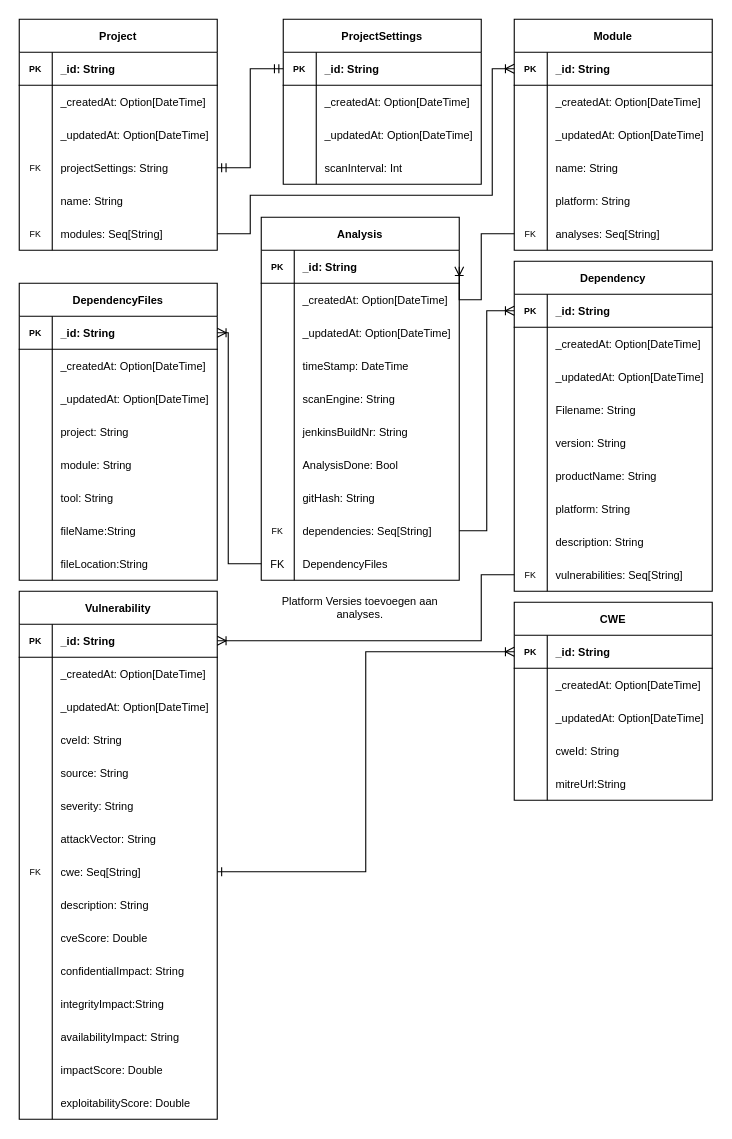
codefink2020/AfstudeerVerslagFINAL keeps this draw.io diagram as page "SOUPAPI DM" (4 of 13) of gfx/SOUPAPI.drawio. Above is the earlier version. Source tidied: cells renumbered, new cells numbered last; positions are measured from the earlier drawing's top-left corner, leaving out a move shared by most shapes. Both pictures are drawn from the tidied source at 110%, with x=0, y=0 at pixel (19, 19).
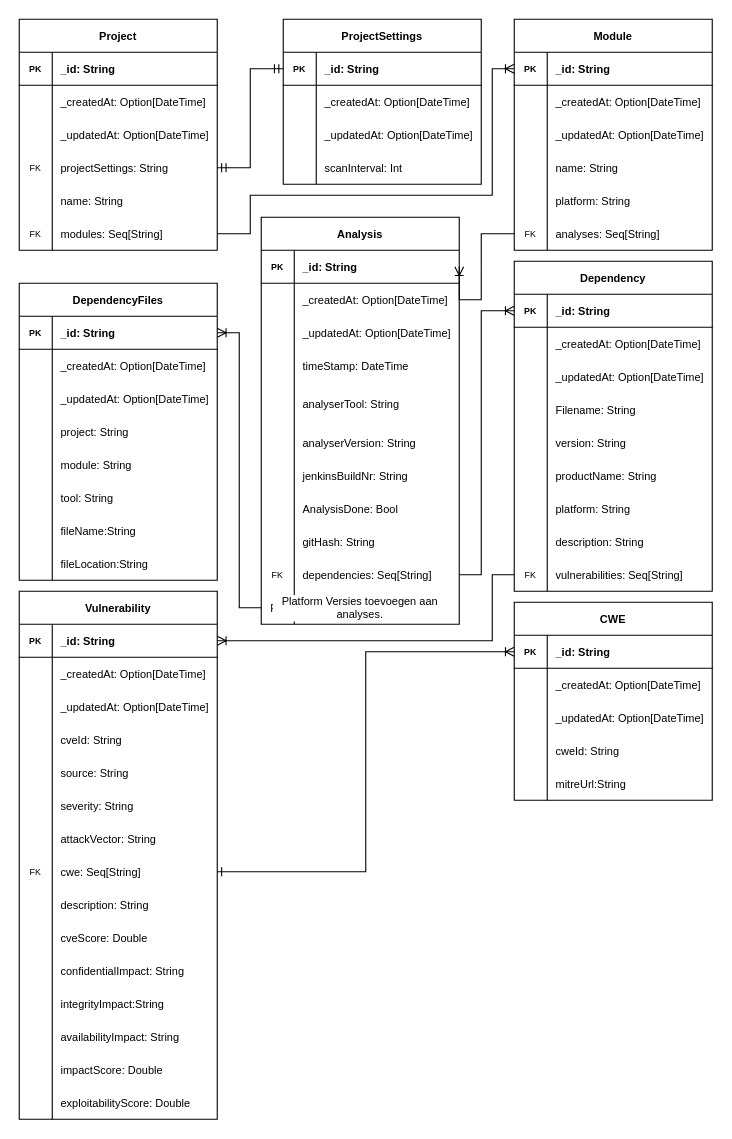
Above is the later version.

The change refers to these unchanged cells:
```xml
<mxCell id="74" style="shape=tableRow;horizontal=0;startSize=0;swimlaneHead=0;swimlaneBody=0;fillColor=none;points=[[0,0.5],[1,0.5]];portConstraint=eastwest;top=0;left=0;right=0;bottom=1;fontSize=8;" parent="73" vertex="1">
  <mxGeometry y="30" width="180" height="30" as="geometry" />
</mxCell>
<mxCell id="98" style="shape=tableRow;horizontal=0;startSize=0;swimlaneHead=0;swimlaneBody=0;fillColor=none;points=[[0,0.5],[1,0.5]];portConstraint=eastwest;top=0;left=0;right=0;bottom=0;fontSize=8;" parent="73" vertex="1">
  <mxGeometry y="270" width="180" height="30" as="geometry" />
</mxCell>
<mxCell id="103" style="shape=tableRow;horizontal=0;startSize=0;swimlaneHead=0;swimlaneBody=0;fillColor=none;points=[[0,0.5],[1,0.5]];portConstraint=eastwest;top=0;left=0;right=0;bottom=1;fontSize=8;" parent="102" vertex="1">
  <mxGeometry y="30" width="180" height="30" as="geometry" />
</mxCell>
<mxCell id="168" style="shape=tableRow;horizontal=0;startSize=0;swimlaneHead=0;swimlaneBody=0;fillColor=none;points=[[0,0.5],[1,0.5]];portConstraint=eastwest;top=0;left=0;right=0;bottom=1;fontSize=8;" parent="167" vertex="1">
  <mxGeometry y="30" width="180" height="30" as="geometry" />
</mxCell>
```

Change to the diagram source:
```diff
@@
     <mxCell id="41" value="Analysis" style="shape=table;startSize=30;childLayout=tableLayout;rowLines=0;fontStyle=1;align=center;fontSize=10;" parent="1" vertex="1">
-      <mxGeometry x="220" y="180" width="180" height="330" as="geometry" />
+      <mxGeometry x="220" y="180" width="180" height="370" as="geometry" />
     </mxCell>
@@
+    <mxCell id="208" style="shape=tableRow;horizontal=0;startSize=0;swimlaneHead=0;swimlaneBody=0;fillColor=none;top=0;left=0;right=0;bottom=0;" parent="41" vertex="1">
+      <mxGeometry y="150" width="180" height="40" as="geometry" />
+    </mxCell>
+    <mxCell id="209" style="shape=partialRectangle;fillColor=none;top=0;left=0;bottom=0;right=0;overflow=hidden;" parent="208" vertex="1">
+      <mxGeometry width="30" height="40" as="geometry" />
+    </mxCell>
+    <mxCell id="210" value="analyserTool: String" style="shape=partialRectangle;fillColor=none;top=0;left=0;bottom=0;right=0;align=left;spacingLeft=6;overflow=hidden;fontSize=10;" parent="208" vertex="1">
+      <mxGeometry x="30" width="150" height="40" as="geometry" />
+    </mxCell>
     <mxCell id="54" style="shape=tableRow;horizontal=0;startSize=0;swimlaneHead=0;swimlaneBody=0;fillColor=none;top=0;left=0;right=0;bottom=0;fontSize=8;" parent="41" vertex="1">
-      <mxGeometry y="150" width="180" height="30" as="geometry" />
+      <mxGeometry y="190" width="180" height="30" as="geometry" />
     </mxCell>
@@
-    <mxCell id="56" value="scanEngine: String" style="shape=partialRectangle;fillColor=none;top=0;left=0;bottom=0;right=0;align=left;spacingLeft=6;fontStyle=0;overflow=hidden;fontSize=10;" parent="54" vertex="1">
+    <mxCell id="56" value="analyserVersion: String" style="shape=partialRectangle;fillColor=none;top=0;left=0;bottom=0;right=0;align=left;spacingLeft=6;fontStyle=0;overflow=hidden;fontSize=10;" parent="54" vertex="1">
       <mxGeometry x="30" width="150" height="30" as="geometry" />
     </mxCell>
     <mxCell id="57" style="shape=tableRow;horizontal=0;startSize=0;swimlaneHead=0;swimlaneBody=0;fillColor=none;top=0;left=0;right=0;bottom=0;fontSize=8;" parent="41" vertex="1">
-      <mxGeometry y="180" width="180" height="30" as="geometry" />
+      <mxGeometry y="220" width="180" height="30" as="geometry" />
     </mxCell>
@@
     <mxCell id="60" style="shape=tableRow;horizontal=0;startSize=0;swimlaneHead=0;swimlaneBody=0;fillColor=none;top=0;left=0;right=0;bottom=0;rounded=1;labelBackgroundColor=default;fontSize=10;strokeColor=default;" parent="41" vertex="1">
-      <mxGeometry y="210" width="180" height="30" as="geometry" />
+      <mxGeometry y="250" width="180" height="30" as="geometry" />
     </mxCell>
@@
     <mxCell id="63" style="shape=tableRow;horizontal=0;startSize=0;swimlaneHead=0;swimlaneBody=0;fillColor=none;top=0;left=0;right=0;bottom=0;fontSize=8;" parent="41" vertex="1">
-      <mxGeometry y="240" width="180" height="30" as="geometry" />
+      <mxGeometry y="280" width="180" height="30" as="geometry" />
     </mxCell>
@@
     <mxCell id="66" style="shape=tableRow;horizontal=0;startSize=0;swimlaneHead=0;swimlaneBody=0;fillColor=none;points=[[0,0.5],[1,0.5]];portConstraint=eastwest;top=0;left=0;right=0;bottom=0;fontSize=8;" parent="41" vertex="1">
-      <mxGeometry y="270" width="180" height="30" as="geometry" />
+      <mxGeometry y="310" width="180" height="30" as="geometry" />
     </mxCell>
@@
     <mxCell id="69" style="shape=tableRow;horizontal=0;startSize=0;swimlaneHead=0;swimlaneBody=0;fillColor=none;points=[[0,0.5],[1,0.5]];portConstraint=eastwest;top=0;left=0;right=0;bottom=0;dashed=1;labelBackgroundColor=none;fontFamily=Helvetica;fontSize=10;fontColor=#000000;" parent="41" vertex="1">
-      <mxGeometry y="300" width="180" height="30" as="geometry" />
+      <mxGeometry y="340" width="180" height="30" as="geometry" />
     </mxCell>
@@
     <mxCell id="101" style="edgeStyle=orthogonalEdgeStyle;rounded=0;jettySize=auto;html=1;exitX=1;exitY=0.5;exitDx=0;exitDy=0;entryX=0;entryY=0.5;entryDx=0;entryDy=0;fontSize=8;endArrow=ERoneToMany;endFill=0;" parent="1" edge="1" source="66" target="74">
-      <mxGeometry relative="1" as="geometry" />
+      <mxGeometry relative="1" as="geometry">
+        <Array as="points">
+          <mxPoint x="420" y="505" />
+          <mxPoint x="420" y="265" />
+        </Array>
+      </mxGeometry>
     </mxCell>
@@
     <mxCell id="149" style="edgeStyle=orthogonalEdgeStyle;rounded=0;jettySize=auto;html=1;exitX=0;exitY=0.5;exitDx=0;exitDy=0;entryX=1;entryY=0.5;entryDx=0;entryDy=0;fontSize=8;endArrow=ERoneToMany;endFill=0;" parent="1" edge="1" source="98" target="103">
       <mxGeometry relative="1" as="geometry">
         <Array as="points">
-          <mxPoint x="420" y="505" />
-          <mxPoint x="420" y="565" />
+          <mxPoint x="430" y="505" />
+          <mxPoint x="430" y="565" />
         </Array>
       </mxGeometry>
     </mxCell>
@@
     <mxCell id="192" style="edgeStyle=none;rounded=0;jettySize=auto;html=1;exitX=0;exitY=0.5;exitDx=0;exitDy=0;entryX=1;entryY=0.5;entryDx=0;entryDy=0;labelBackgroundColor=#FFFFFF;fontFamily=Helvetica;fontSize=8;fontColor=#000000;startArrow=none;startFill=0;endArrow=ERoneToMany;endFill=0;" parent="1" edge="1" source="69" target="168">
       <mxGeometry relative="1" as="geometry">
         <Array as="points">
-          <mxPoint x="190" y="495" />
-          <mxPoint x="190" y="435" />
-          <mxPoint x="190" y="285" />
+          <mxPoint x="200" y="535" />
+          <mxPoint x="200" y="435" />
+          <mxPoint x="200" y="285" />
         </Array>
       </mxGeometry>
     </mxCell>
```
